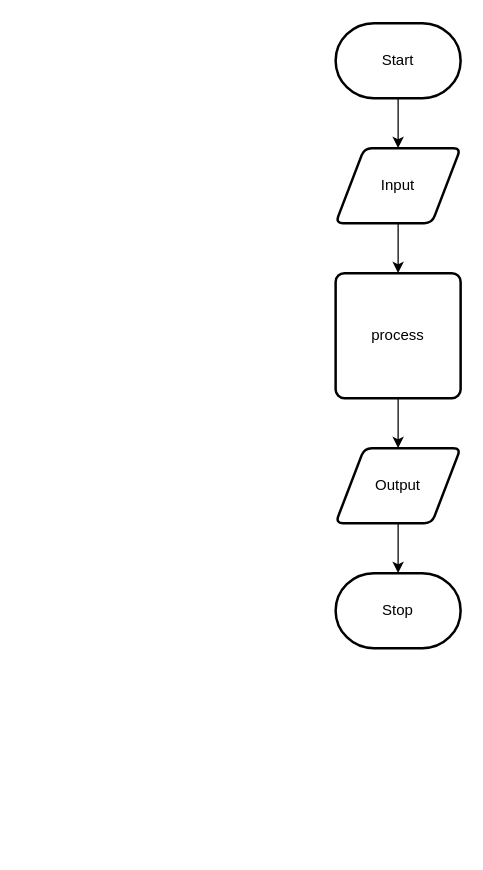
Before: design/flow-chart.drawio in andre-deveau/ICS20-Assignment-4, a draw.io diagram. Source tidied: cells renumbered, new cells numbered last; positions are measured from the earlier drawing's top-left corner, leaving out a move shared by most shapes. Both pictures are drawn from the tidied source at 125%, with x=0, y=0 at pixel (335, 22).
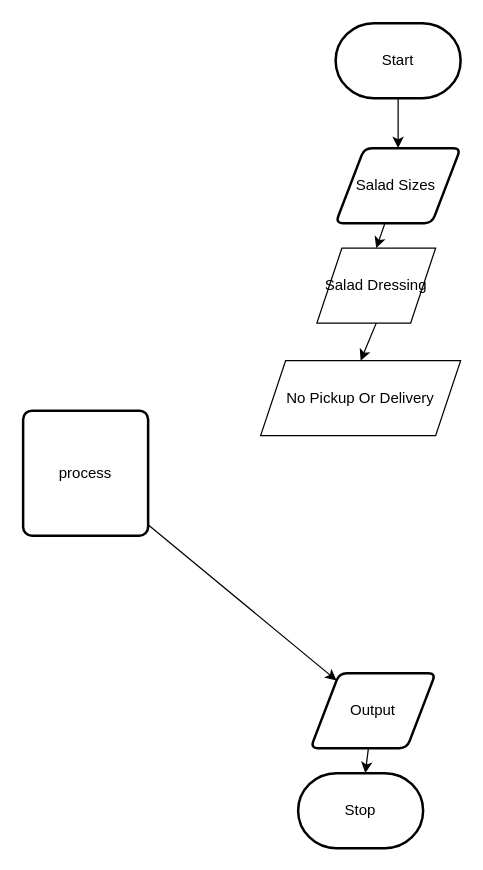
The same page after the edit.

Commit message (it also covers changes not shown here):
chaneg scir[pt

What changed in the source:
```diff
@@
 <mxGraphModel>
   <root>
     <mxCell id="0" />
     <mxCell id="1" parent="0" />
     <mxCell id="2" style="edgeStyle=none;html=1;" parent="1" edge="1" source="3" target="5">
       <mxGeometry relative="1" as="geometry" />
     </mxCell>
     <mxCell id="3" value="Start" style="strokeWidth=2;html=1;shape=mxgraph.flowchart.terminator;whiteSpace=wrap;" parent="1" vertex="1">
       <mxGeometry width="100" height="60" as="geometry" />
     </mxCell>
-    <mxCell id="4" style="edgeStyle=none;html=1;" parent="1" edge="1" source="5" target="7">
+    <mxCell id="4" style="edgeStyle=none;html=1;entryX=0.5;entryY=0;entryDx=0;entryDy=0;" parent="1" edge="1" source="5" target="12">
       <mxGeometry relative="1" as="geometry" />
     </mxCell>
-    <mxCell id="5" value="Input" style="shape=parallelogram;html=1;strokeWidth=2;perimeter=parallelogramPerimeter;whiteSpace=wrap;rounded=1;arcSize=12;size=0.23;" parent="1" vertex="1">
+    <mxCell id="5" value="Salad Sizes&amp;nbsp;" style="shape=parallelogram;html=1;strokeWidth=2;perimeter=parallelogramPerimeter;whiteSpace=wrap;rounded=1;arcSize=12;size=0.23;" parent="1" vertex="1">
       <mxGeometry y="100" width="100" height="60" as="geometry" />
     </mxCell>
     <mxCell id="6" style="edgeStyle=none;html=1;" parent="1" edge="1" source="7" target="9">
       <mxGeometry relative="1" as="geometry" />
     </mxCell>
     <mxCell id="7" value="process" style="rounded=1;whiteSpace=wrap;html=1;absoluteArcSize=1;arcSize=14;strokeWidth=2;" parent="1" vertex="1">
-      <mxGeometry y="200" width="100" height="100" as="geometry" />
+      <mxGeometry x="-250" y="310" width="100" height="100" as="geometry" />
     </mxCell>
     <mxCell id="8" style="edgeStyle=none;html=1;" parent="1" edge="1" source="9" target="10">
       <mxGeometry relative="1" as="geometry" />
     </mxCell>
     <mxCell id="9" value="Output" style="shape=parallelogram;html=1;strokeWidth=2;perimeter=parallelogramPerimeter;whiteSpace=wrap;rounded=1;arcSize=12;size=0.23;" parent="1" vertex="1">
-      <mxGeometry y="340" width="100" height="60" as="geometry" />
+      <mxGeometry x="-20" y="520" width="100" height="60" as="geometry" />
     </mxCell>
     <mxCell id="10" value="Stop" style="strokeWidth=2;html=1;shape=mxgraph.flowchart.terminator;whiteSpace=wrap;" parent="1" vertex="1">
-      <mxGeometry y="440" width="100" height="60" as="geometry" />
+      <mxGeometry x="-30" y="600" width="100" height="60" as="geometry" />
     </mxCell>
+    <mxCell id="11" style="edgeStyle=none;html=1;exitX=0.5;exitY=1;exitDx=0;exitDy=0;entryX=0.5;entryY=0;entryDx=0;entryDy=0;" parent="1" edge="1" source="12" target="13">
+      <mxGeometry relative="1" as="geometry" />
+    </mxCell>
+    <mxCell id="12" value="Salad Dressing" style="shape=parallelogram;perimeter=parallelogramPerimeter;whiteSpace=wrap;html=1;fixedSize=1;size=20;" parent="1" vertex="1">
+      <mxGeometry x="-15" y="180" width="95" height="60" as="geometry" />
+    </mxCell>
+    <mxCell id="13" value="No Pickup Or Delivery" style="shape=parallelogram;perimeter=parallelogramPerimeter;whiteSpace=wrap;html=1;fixedSize=1;" parent="1" vertex="1">
+      <mxGeometry x="-60" y="270" width="160" height="60" as="geometry" />
+    </mxCell>
   </root>
 </mxGraphModel>
```
